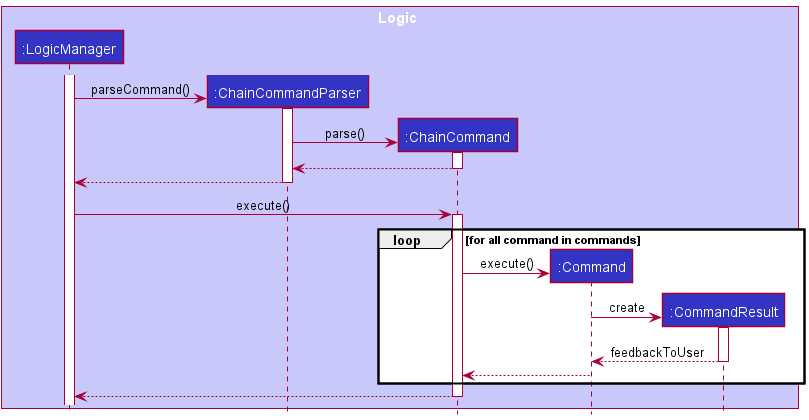
Before: docs/images/ChainCommandSequenceDiagram.png, a diagram exported from PlantUML (nus-cs2103-AY2122S2/tp).
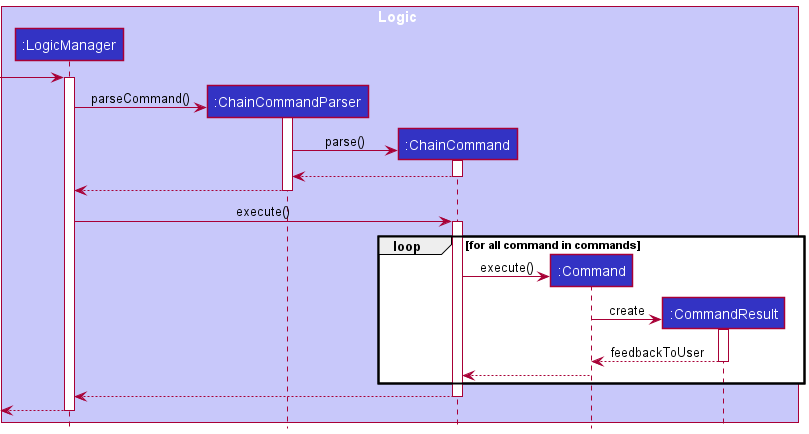
The same diagram one commit later.

Change to the diagram source:
```diff
@@ -9,6 +9,7 @@
 participant ":CommandResult" as CommandResult LOGIC_COLOR
 end box
 
+[-> LogicManager
 activate LogicManager
 create ChainCommandParser
 LogicManager -> ChainCommandParser: parseCommand()
@@ -39,4 +40,6 @@
 end
 
 return
+[<-- LogicManager
+deactivate LogicManager
 @enduml
```
